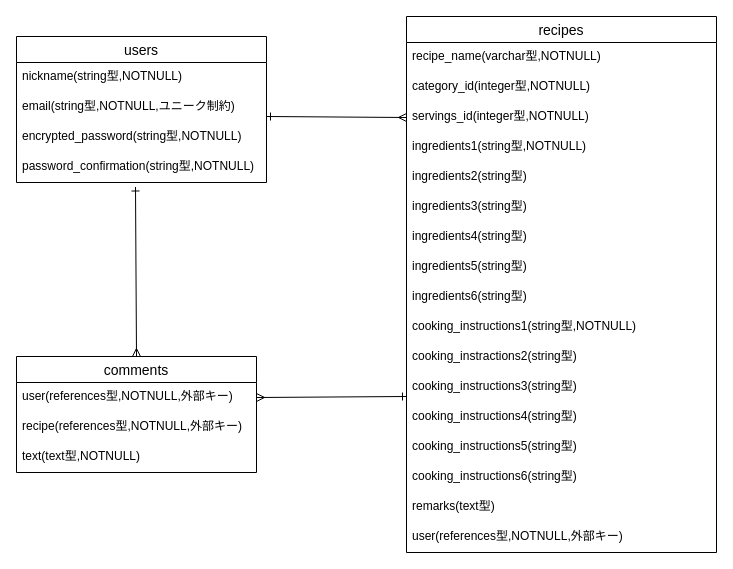
Earlier version of the draw.io diagram corecipe_ER.dio (moonlight0905/corecipe). Source tidied: cells renumbered, new cells numbered last; positions are measured from the earlier drawing's top-left corner, leaving out a move shared by most shapes. Both pictures are drawn from the tidied source at 100%, with x=0, y=0 at pixel (16, 16).
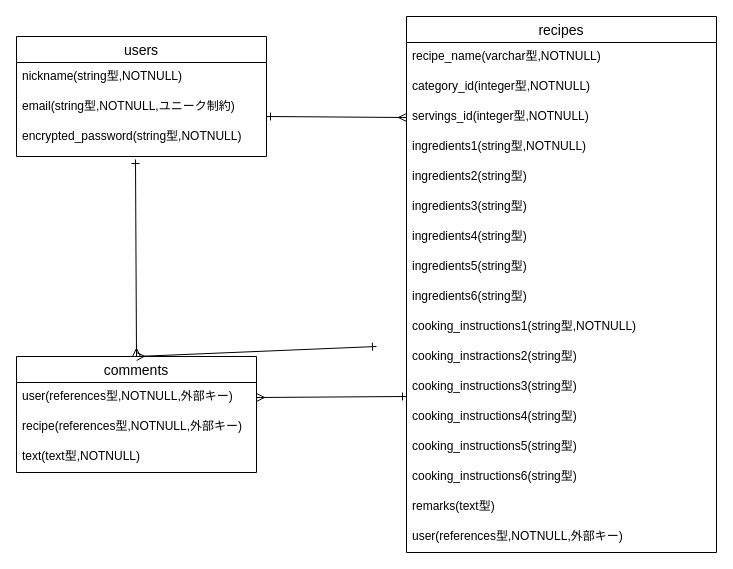
The same diagram, later.

Commit message (it also covers changes not shown here):
ER図とREADMEの修正

The change refers to these unchanged cells:
```xml
<mxCell id="25" value="comments" style="swimlane;fontStyle=0;horizontal=1;startSize=26;align=center;fontSize=14;" parent="1" vertex="1">
  <mxGeometry y="340" width="240" height="116" as="geometry" />
</mxCell>
```

The edit, as a diff of the source:
```diff
@@
     <mxCell id="2" value="users" style="swimlane;fontStyle=0;horizontal=1;startSize=26;align=center;fontSize=14;" parent="1" vertex="1">
-      <mxGeometry y="20" width="250" height="146" as="geometry" />
+      <mxGeometry y="20" width="250" height="120" as="geometry" />
     </mxCell>
@@
     <mxCell id="5" value="encrypted_password(string型,NOTNULL)" style="text;strokeColor=none;fillColor=none;spacingLeft=4;spacingRight=4;overflow=hidden;points=[[0,0.5],[1,0.5]];portConstraint=eastwest;fontSize=12;" parent="2" vertex="1">
-      <mxGeometry y="86" width="250" height="30" as="geometry" />
+      <mxGeometry y="86" width="250" height="34" as="geometry" />
     </mxCell>
-    <mxCell id="6" value="password_confirmation(string型,NOTNULL)" style="text;strokeColor=none;fillColor=none;spacingLeft=4;spacingRight=4;overflow=hidden;points=[[0,0.5],[1,0.5]];portConstraint=eastwest;fontSize=12;" parent="2" vertex="1">
-      <mxGeometry y="116" width="250" height="30" as="geometry" />
-    </mxCell>
@@
+    <mxCell id="32" style="edgeStyle=none;html=1;exitX=0.5;exitY=0;exitDx=0;exitDy=0;entryX=0.476;entryY=1.088;entryDx=0;entryDy=0;entryPerimeter=0;startArrow=ERmany;startFill=0;endArrow=ERone;endFill=0;" parent="1" edge="1" source="25" target="5">
+      <mxGeometry relative="1" as="geometry" />
+    </mxCell>
@@
-    <mxCell id="30" style="endArrow=ERone;html=1;rounded=0;exitX=0.5;exitY=0;exitDx=0;exitDy=0;entryX=0.476;entryY=1.15;entryDx=0;entryDy=0;entryPerimeter=0;startArrow=ERmany;startFill=0;endFill=0;" parent="1" edge="1" source="25" target="6">
-      <mxGeometry relative="1" as="geometry" />
+    <mxCell id="30" style="endArrow=ERone;html=1;rounded=0;exitX=0.5;exitY=0;exitDx=0;exitDy=0;entryX=0.476;entryY=1.15;entryDx=0;entryDy=0;entryPerimeter=0;startArrow=ERmany;startFill=0;endFill=0;" parent="1" edge="1" source="25">
+      <mxGeometry relative="1" as="geometry">
+        <mxPoint x="360" y="330" as="targetPoint" />
+      </mxGeometry>
     </mxCell>
```
